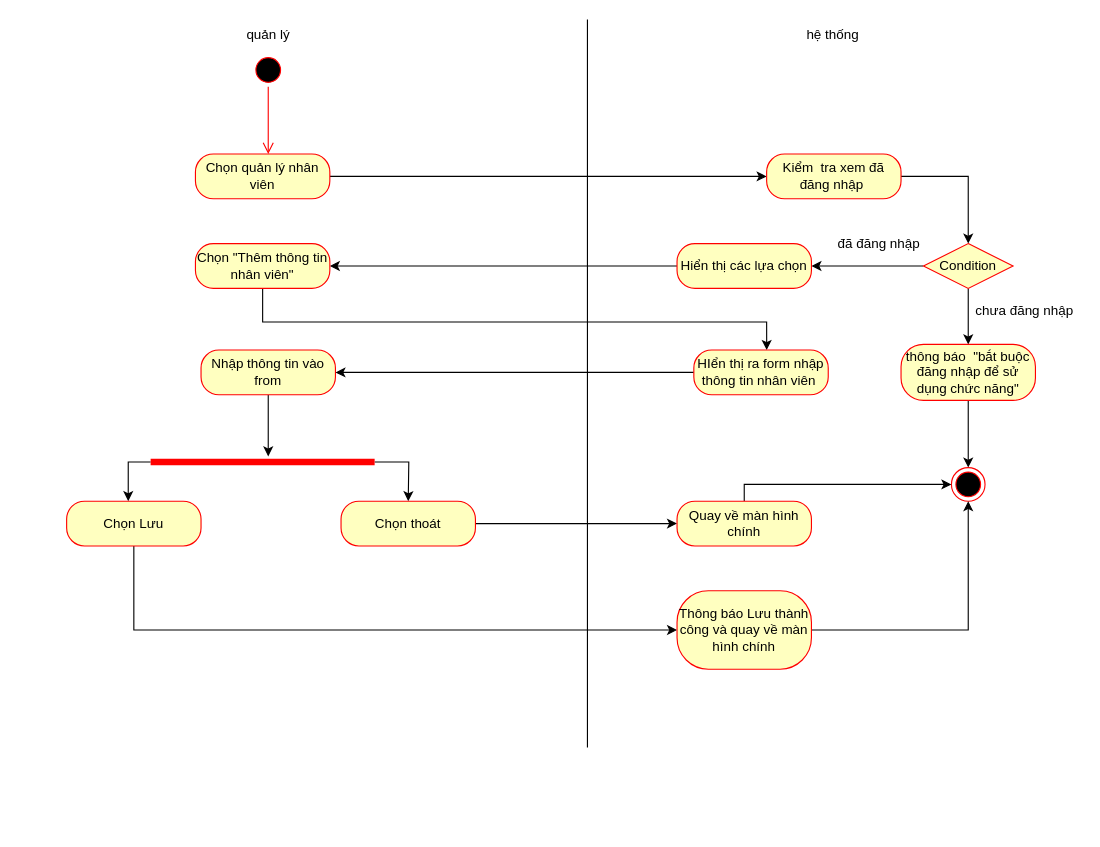
Before: page "thêm nv" (2 of 16) of Untitled Diagram.drawio in sonha1/aaaa, a draw.io diagram. Source tidied: cells renumbered, new cells numbered last; positions are measured from the earlier drawing's top-left corner, leaving out a move shared by most shapes. Both pictures are drawn from the tidied source at 112%, with x=0, y=0 at pixel (66, 19).
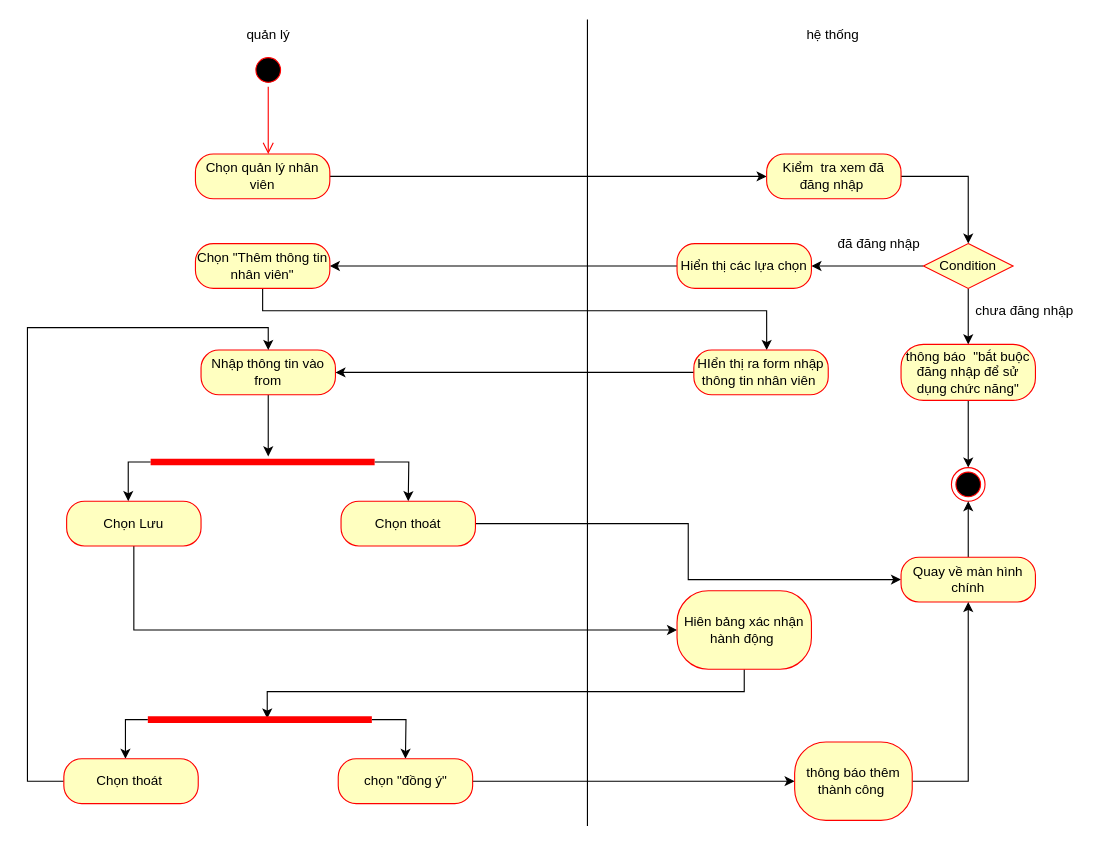
Above is the later version.

Unchanged cells that the change refers to:
```xml
<mxCell id="19" style="ellipse;html=1;shape=endState;fillColor=#000000;strokeColor=#ff0000;" parent="1" vertex="1">
  <mxGeometry x="790" y="400" width="30" height="30" as="geometry" />
</mxCell>
<mxCell id="21" value="Chọn &quot;Thêm thông tin nhân viên&quot;" style="rounded=1;whiteSpace=wrap;html=1;arcSize=40;fontColor=#000000;fillColor=#ffffc0;strokeColor=#ff0000;" parent="1" vertex="1">
  <mxGeometry x="115" y="200" width="120" height="40" as="geometry" />
</mxCell>
<mxCell id="23" value="HIển thị ra form nhập thông tin nhân viên&amp;nbsp;" style="rounded=1;whiteSpace=wrap;html=1;arcSize=40;fontColor=#000000;fillColor=#ffffc0;strokeColor=#ff0000;" parent="1" vertex="1">
  <mxGeometry x="560" y="295" width="120" height="40" as="geometry" />
</mxCell>
<mxCell id="25" value="Nhập thông tin vào from" style="rounded=1;whiteSpace=wrap;html=1;arcSize=40;fontColor=#000000;fillColor=#ffffc0;strokeColor=#ff0000;" parent="1" vertex="1">
  <mxGeometry x="120" y="295" width="120" height="40" as="geometry" />
</mxCell>
<mxCell id="30" value="Chọn thoát" style="rounded=1;whiteSpace=wrap;html=1;arcSize=40;fontColor=#000000;fillColor=#ffffc0;strokeColor=#ff0000;" parent="1" vertex="1">
  <mxGeometry x="245" y="430" width="120" height="40" as="geometry" />
</mxCell>
```

The edit, as a diff of the source:
```diff
@@
     <mxCell id="4" style="endArrow=none;html=1;edgeStyle=orthogonalEdgeStyle;rounded=0;" parent="1" edge="1">
       <mxGeometry relative="1" as="geometry">
-        <mxPoint x="465" y="650" as="sourcePoint" />
+        <mxPoint x="465" y="720" as="sourcePoint" />
         <mxPoint x="465" as="targetPoint" />
         <Array as="points">
           <mxPoint x="465" />
         </Array>
       </mxGeometry>
     </mxCell>
@@
     <mxCell id="20" style="edgeStyle=orthogonalEdgeStyle;rounded=0;jettySize=auto;html=1;entryX=0.542;entryY=0;entryDx=0;entryDy=0;entryPerimeter=0;" parent="1" edge="1" source="21" target="23">
       <mxGeometry relative="1" as="geometry">
         <Array as="points">
-          <mxPoint x="175" y="270" />
-          <mxPoint x="625" y="270" />
+          <mxPoint x="175" y="260" />
+          <mxPoint x="625" y="260" />
         </Array>
       </mxGeometry>
     </mxCell>
@@
-    <mxCell id="29" style="edgeStyle=orthogonalEdgeStyle;rounded=0;jettySize=auto;html=1;" parent="1" edge="1" source="30">
-      <mxGeometry relative="1" as="geometry">
-        <mxPoint x="545" y="450" as="targetPoint" />
-      </mxGeometry>
+    <mxCell id="29" style="edgeStyle=orthogonalEdgeStyle;rounded=0;jettySize=auto;html=1;entryX=0;entryY=0.5;entryDx=0;entryDy=0;" parent="1" edge="1" source="30" target="32">
+      <mxGeometry relative="1" as="geometry" />
     </mxCell>
@@
-    <mxCell id="31" style="edgeStyle=orthogonalEdgeStyle;rounded=0;jettySize=auto;html=1;entryX=0;entryY=0.5;entryDx=0;entryDy=0;" parent="1" edge="1" source="32" target="19">
-      <mxGeometry relative="1" as="geometry">
-        <Array as="points">
-          <mxPoint x="605" y="415" />
-        </Array>
-      </mxGeometry>
+    <mxCell id="31" style="edgeStyle=orthogonalEdgeStyle;rounded=0;jettySize=auto;html=1;entryX=0.5;entryY=1;entryDx=0;entryDy=0;" parent="1" edge="1" source="32" target="19">
+      <mxGeometry relative="1" as="geometry" />
     </mxCell>
     <mxCell id="32" value="Quay về màn hình chính" style="rounded=1;whiteSpace=wrap;html=1;arcSize=40;fontColor=#000000;fillColor=#ffffc0;strokeColor=#ff0000;" parent="1" vertex="1">
-      <mxGeometry x="545" y="430" width="120" height="40" as="geometry" />
+      <mxGeometry x="745" y="480" width="120" height="40" as="geometry" />
     </mxCell>
@@
-    <mxCell id="35" style="edgeStyle=orthogonalEdgeStyle;rounded=0;jettySize=auto;html=1;entryX=0.5;entryY=1;entryDx=0;entryDy=0;" parent="1" edge="1" source="36" target="19">
-      <mxGeometry relative="1" as="geometry" />
-    </mxCell>
+    <mxCell id="38" style="edgeStyle=orthogonalEdgeStyle;rounded=0;jettySize=auto;html=1;entryX=0.533;entryY=0.4;entryDx=0;entryDy=0;entryPerimeter=0;" parent="1" edge="1" source="36" target="41">
+      <mxGeometry relative="1" as="geometry">
+        <Array as="points">
+          <mxPoint x="605" y="600" />
+          <mxPoint x="179" y="600" />
+        </Array>
+      </mxGeometry>
+    </mxCell>
-    <mxCell id="36" value="Thông báo Lưu thành công và quay về màn hình chính" style="rounded=1;whiteSpace=wrap;html=1;arcSize=40;fontColor=#000000;fillColor=#ffffc0;strokeColor=#ff0000;" parent="1" vertex="1">
+    <mxCell id="36" value="Hiên bảng xác nhận hành động&amp;nbsp;" style="rounded=1;whiteSpace=wrap;html=1;arcSize=40;fontColor=#000000;fillColor=#ffffc0;strokeColor=#ff0000;" parent="1" vertex="1">
       <mxGeometry x="545" y="510" width="120" height="70" as="geometry" />
     </mxCell>
@@
+    <mxCell id="39" style="edgeStyle=orthogonalEdgeStyle;rounded=0;jettySize=auto;html=1;" parent="1" edge="1" source="41">
+      <mxGeometry relative="1" as="geometry">
+        <mxPoint x="302.5" y="660" as="targetPoint" />
+      </mxGeometry>
+    </mxCell>
+    <mxCell id="40" style="edgeStyle=orthogonalEdgeStyle;rounded=0;jettySize=auto;html=1;" parent="1" edge="1" source="41">
+      <mxGeometry relative="1" as="geometry">
+        <mxPoint x="52.5" y="660" as="targetPoint" />
+        <Array as="points">
+          <mxPoint x="52.5" y="625" />
+        </Array>
+      </mxGeometry>
+    </mxCell>
+    <mxCell id="41" style="shape=line;html=1;strokeWidth=6;strokeColor=#ff0000;" parent="1" vertex="1">
+      <mxGeometry x="72.5" y="620" width="200" height="10" as="geometry" />
+    </mxCell>
+    <mxCell id="42" style="edgeStyle=orthogonalEdgeStyle;rounded=0;jettySize=auto;html=1;entryX=0;entryY=0.5;entryDx=0;entryDy=0;" parent="1" edge="1" source="43" target="47">
+      <mxGeometry relative="1" as="geometry" />
+    </mxCell>
+    <mxCell id="43" value="chọn &quot;đồng ý&quot;" style="rounded=1;whiteSpace=wrap;html=1;arcSize=40;fontColor=#000000;fillColor=#ffffc0;strokeColor=#ff0000;" parent="1" vertex="1">
+      <mxGeometry x="242.5" y="660" width="120" height="40" as="geometry" />
+    </mxCell>
+    <mxCell id="44" style="edgeStyle=orthogonalEdgeStyle;rounded=0;jettySize=auto;html=1;entryX=0.5;entryY=0;entryDx=0;entryDy=0;" parent="1" edge="1" source="45" target="25">
+      <mxGeometry relative="1" as="geometry">
+        <Array as="points">
+          <mxPoint x="-35" y="680" />
+          <mxPoint x="-35" y="275" />
+          <mxPoint x="180" y="275" />
+        </Array>
+      </mxGeometry>
+    </mxCell>
+    <mxCell id="45" value="Chọn thoát&amp;nbsp;" style="rounded=1;whiteSpace=wrap;html=1;arcSize=40;fontColor=#000000;fillColor=#ffffc0;strokeColor=#ff0000;" parent="1" vertex="1">
+      <mxGeometry x="-2.5" y="660" width="120" height="40" as="geometry" />
+    </mxCell>
+    <mxCell id="46" style="edgeStyle=orthogonalEdgeStyle;rounded=0;jettySize=auto;html=1;entryX=0.5;entryY=1;entryDx=0;entryDy=0;" parent="1" edge="1" source="47" target="32">
+      <mxGeometry relative="1" as="geometry">
+        <Array as="points">
+          <mxPoint x="805" y="680" />
+        </Array>
+      </mxGeometry>
+    </mxCell>
+    <mxCell id="47" value="thông báo thêm thành công&amp;nbsp;" style="rounded=1;whiteSpace=wrap;html=1;arcSize=40;fontColor=#000000;fillColor=#ffffc0;strokeColor=#ff0000;" parent="1" vertex="1">
+      <mxGeometry x="650" y="645" width="105" height="70" as="geometry" />
+    </mxCell>
```
